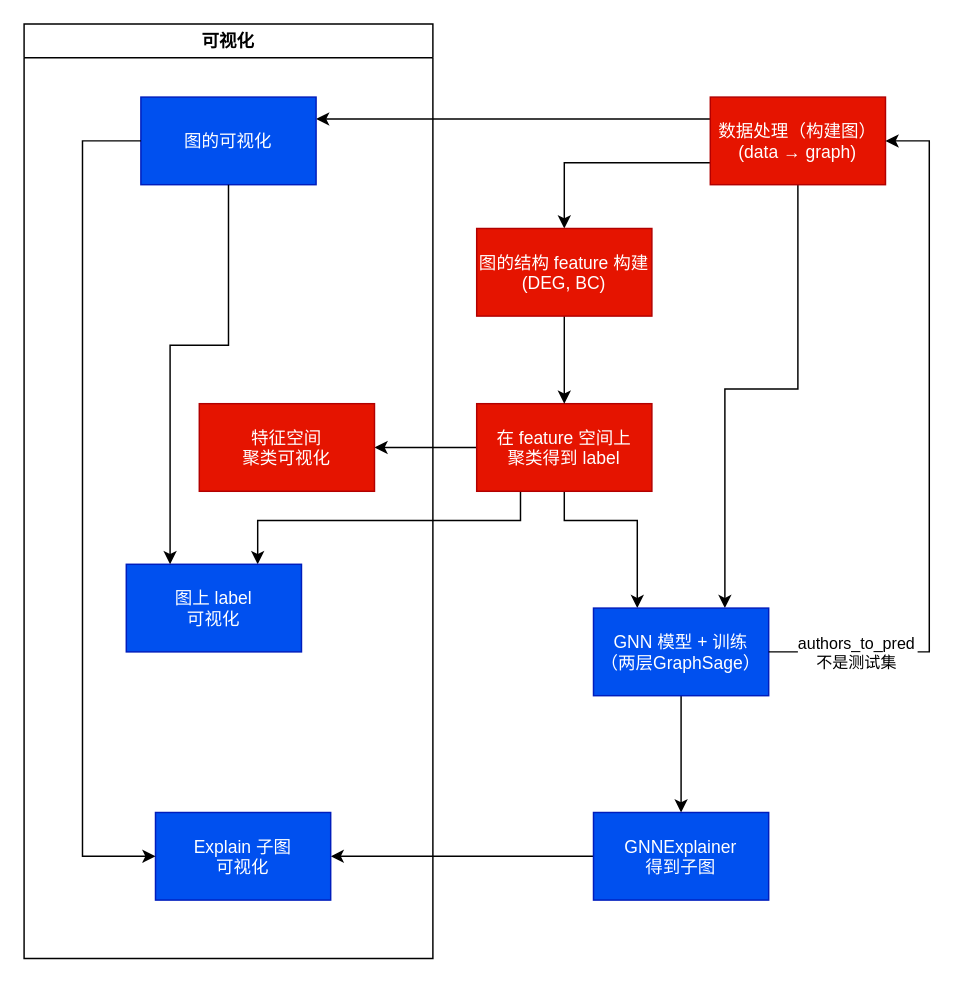
Earlier version of the draw.io diagram assets/flowchart.drawio (HellOwhatAs/CS3319-project). Source tidied: cells renumbered, new cells numbered last; positions are measured from the earlier drawing's top-left corner, leaving out a move shared by most shapes. Both pictures are drawn from the tidied source at 146%, with x=0, y=0 at pixel (23, 23).
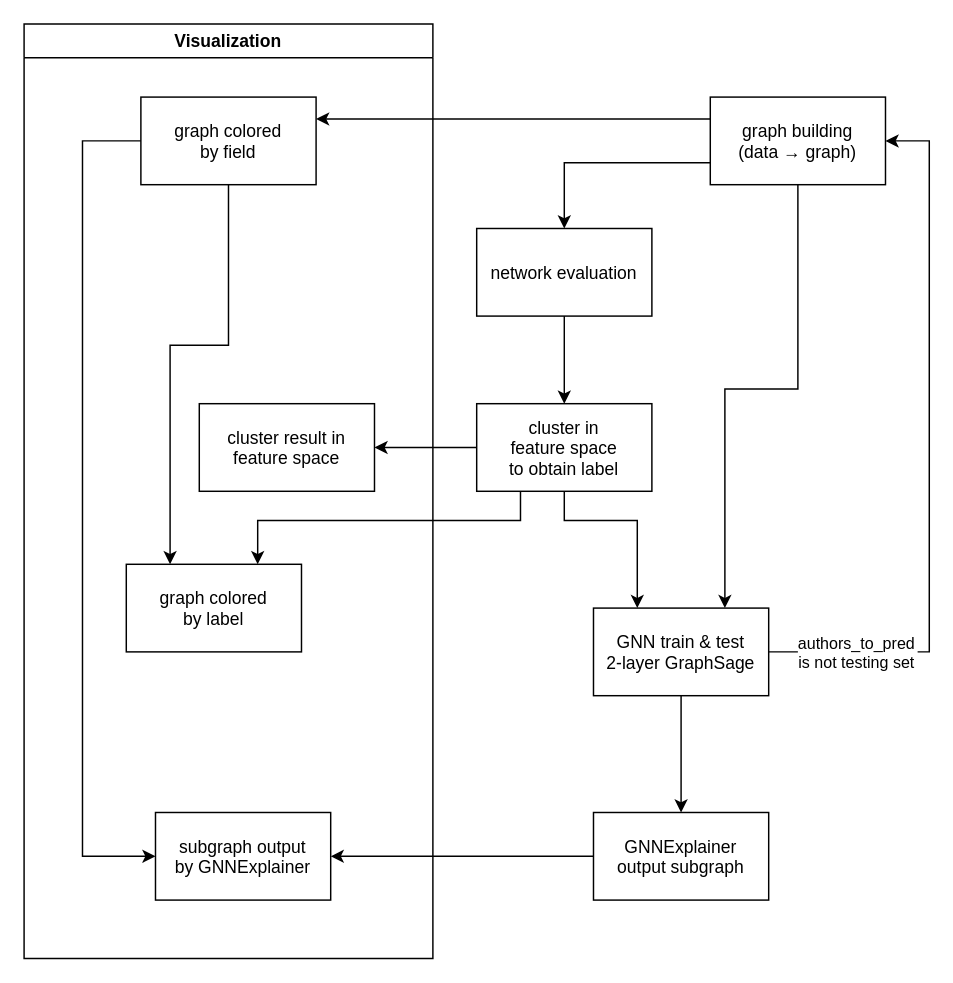
Above is the later version.

The change refers to these unchanged cells:
```xml
<mxCell id="12" style="endArrow=classic;exitX=1;exitY=0.5;exitDx=0;exitDy=0;entryX=1;entryY=0.5;entryDx=0;entryDy=0;rounded=0;" parent="1" edge="1" source="11" target="5">
  <mxGeometry relative="1" as="geometry">
    <Array as="points">
      <mxPoint x="620" y="430" />
      <mxPoint x="620" y="80" />
    </Array>
  </mxGeometry>
</mxCell>
```

Change to the diagram source:
```diff
@@
-    <mxCell id="5" value="数据处理（构建图）&#10;(data → graph)" style="rounded=0;fillColor=#e51400;fontColor=#ffffff;strokeColor=#B20000;" parent="1" vertex="1">
+    <mxCell id="5" value="graph building&#10;(data → graph)" style="rounded=0;fillColor=none;fontColor=default;strokeColor=default;" parent="1" vertex="1">
       <mxGeometry x="470" y="50" width="120" height="60" as="geometry" />
     </mxCell>
@@
-    <mxCell id="9" value="在 feature 空间上&#10;聚类得到 label" style="rounded=0;fillColor=#e51400;fontColor=#ffffff;strokeColor=#B20000;" parent="1" vertex="1">
+    <mxCell id="9" value="cluster in&#10;feature space&#10;to obtain label" style="rounded=0;fillColor=none;fontColor=default;strokeColor=default;" parent="1" vertex="1">
       <mxGeometry x="310" y="260" width="120" height="60" as="geometry" />
     </mxCell>
@@
-    <mxCell id="11" value="GNN 模型 + 训练&#10;（两层GraphSage）" style="rounded=0;fillColor=#0050ef;fontColor=#ffffff;strokeColor=#001DBC;" parent="1" vertex="1">
+    <mxCell id="11" value="GNN train &amp; test&#10;2-layer GraphSage" style="rounded=0;fillColor=none;fontColor=default;strokeColor=default;" parent="1" vertex="1">
       <mxGeometry x="390" y="400" width="120" height="60" as="geometry" />
     </mxCell>
@@
-    <mxCell id="13" value="authors_to_pred&#10;不是测试集" style="edgeLabel;align=center;verticalAlign=middle;labelBorderColor=none;spacing=2;" parent="12" vertex="1">
+    <mxCell id="13" value="authors_to_pred&#10;is not testing set" style="edgeLabel;align=center;verticalAlign=middle;labelBorderColor=none;spacing=2;" parent="12" vertex="1">
       <mxGeometry relative="1" as="geometry">
         <mxPoint x="-50" y="135" as="offset" />
       </mxGeometry>
     </mxCell>
@@
-    <mxCell id="15" value="GNNExplainer&#10;得到子图" style="rounded=0;fillColor=#0050ef;fontColor=#ffffff;strokeColor=#001DBC;" parent="1" vertex="1">
+    <mxCell id="15" value="GNNExplainer&#10;output subgraph" style="rounded=0;fillColor=none;fontColor=default;strokeColor=default;" parent="1" vertex="1">
       <mxGeometry x="390" y="540" width="120" height="60" as="geometry" />
     </mxCell>
@@
-    <mxCell id="17" value="图的结构 feature 构建&#10;(DEG, BC)" style="rounded=0;fillColor=#e51400;fontColor=#ffffff;strokeColor=#B20000;" parent="1" vertex="1">
+    <mxCell id="17" value="network evaluation" style="rounded=0;fillColor=none;fontColor=default;strokeColor=default;" parent="1" vertex="1">
       <mxGeometry x="310" y="140" width="120" height="60" as="geometry" />
     </mxCell>
-    <mxCell id="18" value="可视化" style="swimlane;" parent="1" vertex="1">
+    <mxCell id="18" value="Visualization" style="swimlane;" parent="1" vertex="1">
       <mxGeometry width="280" height="640" as="geometry" />
     </mxCell>
-    <mxCell id="19" value="图的可视化" style="rounded=0;fillColor=#0050ef;fontColor=#ffffff;strokeColor=#001DBC;" parent="18" vertex="1">
+    <mxCell id="19" value="graph colored&#10;by field" style="rounded=0;fillColor=none;fontColor=default;strokeColor=default;" parent="18" vertex="1">
       <mxGeometry x="80" y="50" width="120" height="60" as="geometry" />
     </mxCell>
-    <mxCell id="20" value="特征空间&#10;聚类可视化" style="rounded=0;fillColor=#e51400;fontColor=#ffffff;strokeColor=#B20000;" parent="18" vertex="1">
+    <mxCell id="20" value="cluster result in&#10;feature space" style="rounded=0;fillColor=none;fontColor=default;strokeColor=default;" parent="18" vertex="1">
       <mxGeometry x="120" y="260" width="120" height="60" as="geometry" />
     </mxCell>
-    <mxCell id="21" value="图上 label&#10;可视化" style="rounded=0;fillColor=#0050ef;fontColor=#ffffff;strokeColor=#001DBC;" parent="18" vertex="1">
+    <mxCell id="21" value="graph colored&#10;by label" style="rounded=0;fillColor=none;fontColor=default;strokeColor=default;" parent="18" vertex="1">
       <mxGeometry x="70" y="370" width="120" height="60" as="geometry" />
     </mxCell>
@@
-    <mxCell id="23" value="Explain 子图&#10;可视化" style="rounded=0;fillColor=#0050ef;fontColor=#ffffff;strokeColor=#001DBC;" parent="18" vertex="1">
+    <mxCell id="23" value="subgraph output&#10;by GNNExplainer" style="rounded=0;fillColor=none;fontColor=default;strokeColor=default;" parent="18" vertex="1">
       <mxGeometry x="90" y="540" width="120" height="60" as="geometry" />
     </mxCell>
```
